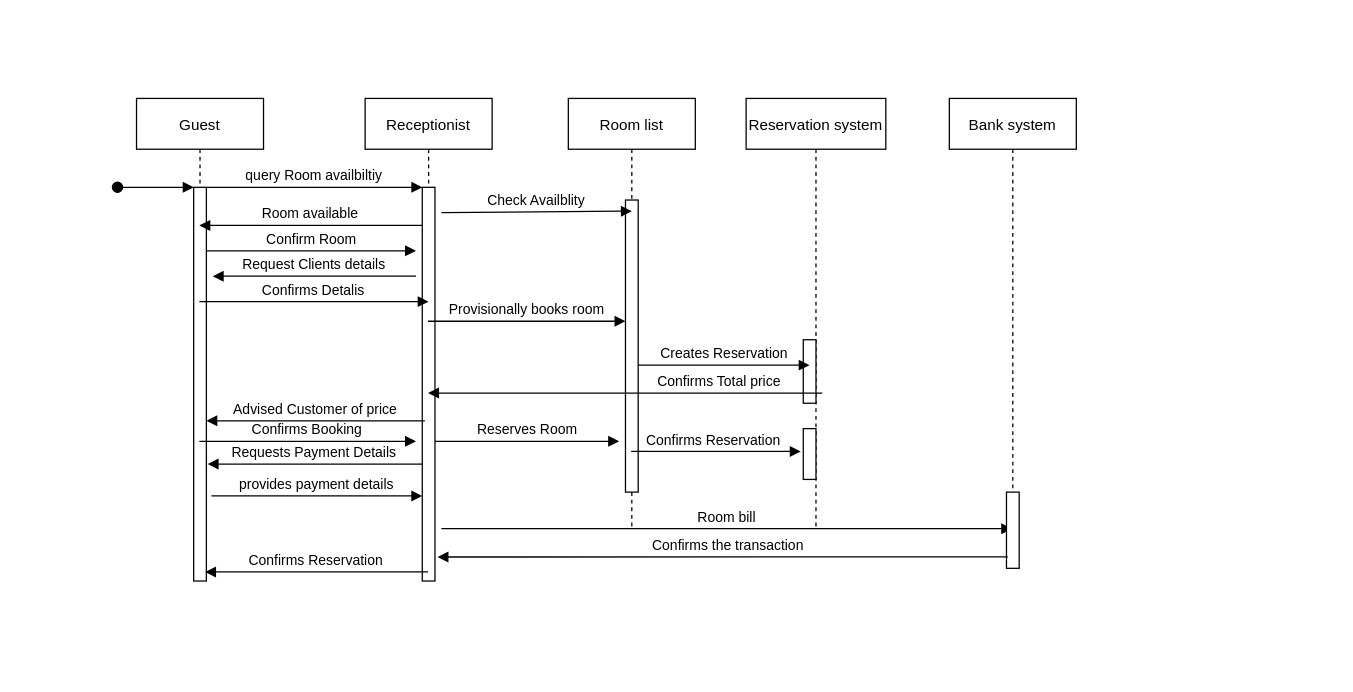
This is sequence.drawio from AhmedTarek-95/System-Desine, a draw.io file, before an edit. Source tidied: cells renumbered, new cells numbered last; positions are measured from the earlier drawing's top-left corner, leaving out a move shared by most shapes. Both pictures are drawn from the tidied source at 127%, with x=0, y=0 at pixel (117, 98).
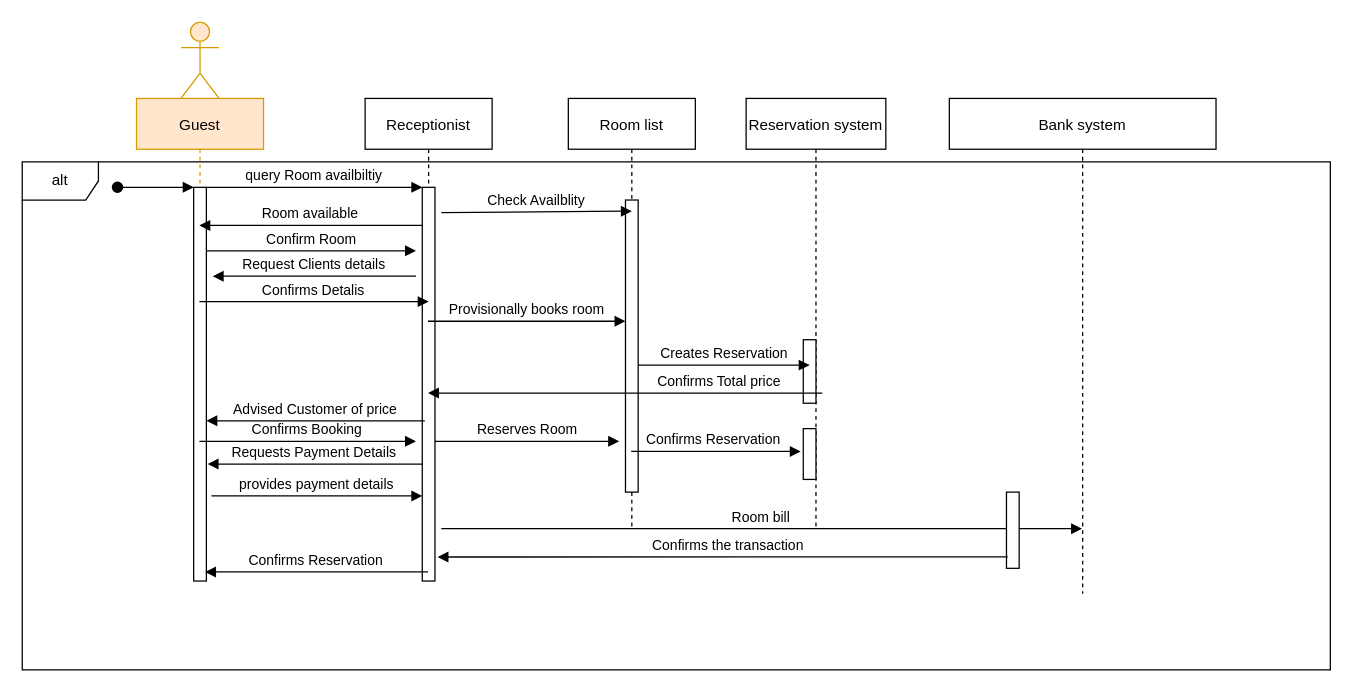
After the change.

Change to the diagram source:
```diff
@@
-    <mxCell id="2" value="Guest" style="shape=umlLifeline;perimeter=lifelinePerimeter;rounded=0;shadow=0;strokeWidth=1;perimeterSpacing=0;" parent="1" vertex="1">
+    <mxCell id="2" value="Guest" style="shape=umlLifeline;perimeter=lifelinePerimeter;rounded=0;shadow=0;strokeWidth=1;perimeterSpacing=0;fillColor=#ffe6cc;strokeColor=#d79b00;" parent="1" vertex="1">
       <mxGeometry x="15" width="100" height="380" as="geometry" />
     </mxCell>
@@
     <mxCell id="14" value="Bank system" style="shape=umlLifeline;perimeter=lifelinePerimeter;rounded=0;shadow=0;strokeWidth=1;" parent="1" vertex="1">
-      <mxGeometry x="655" width="100" height="350" as="geometry" />
+      <mxGeometry x="655" width="210" height="390" as="geometry" />
     </mxCell>
@@
+    <mxCell id="32" style="shape=umlActor;verticalLabelPosition=bottom;verticalAlign=top;html=1;fillColor=#ffe6cc;strokeColor=#d79b00;" parent="1" vertex="1">
+      <mxGeometry x="50" y="-60" width="30" height="60" as="geometry" />
+    </mxCell>
+    <mxCell id="33" value="alt" style="shape=umlFrame;whiteSpace=wrap;html=1;" parent="1" vertex="1">
+      <mxGeometry x="-75" y="50" width="1030" height="400" as="geometry" />
+    </mxCell>
```
